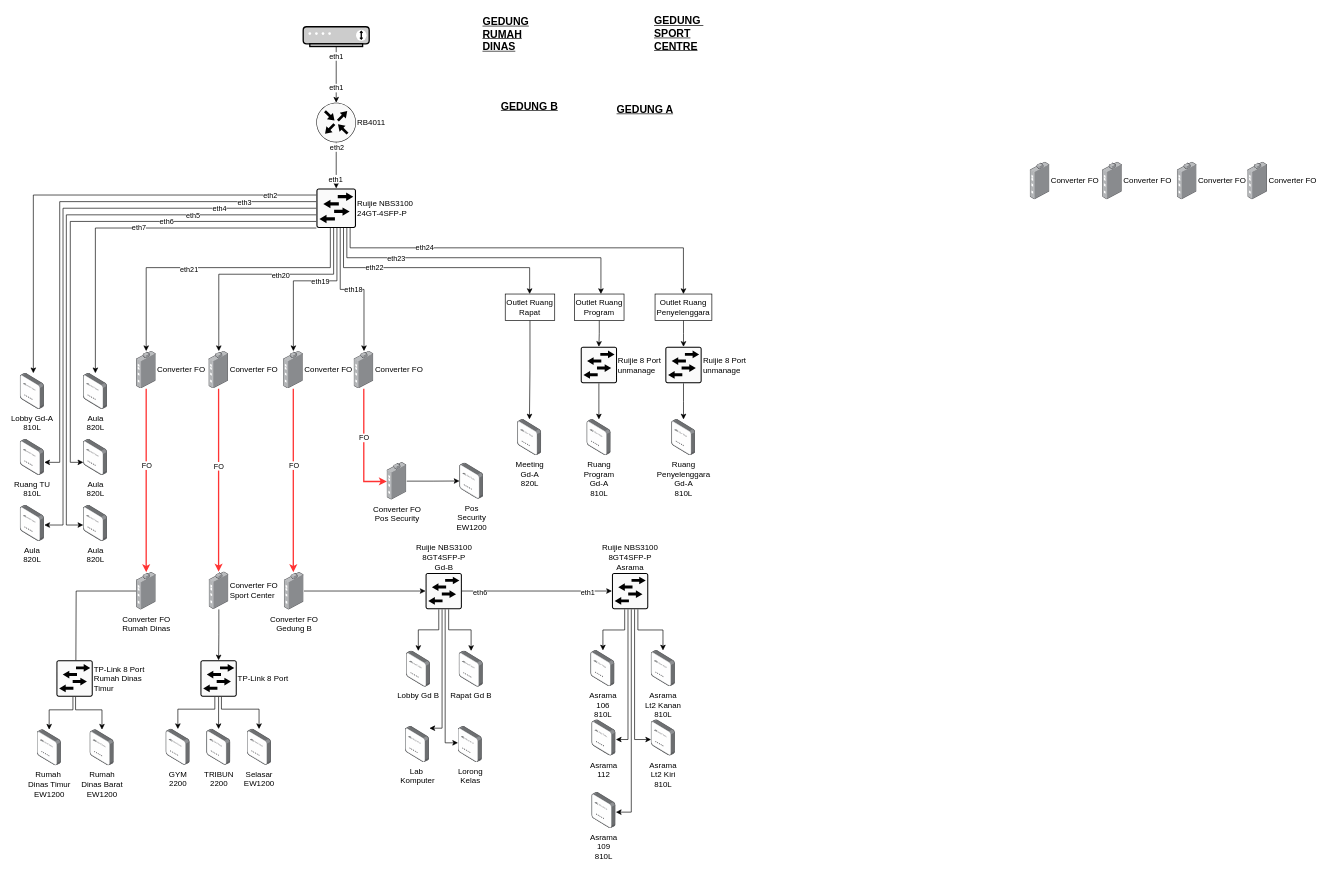
Earlier version of the draw.io diagram Topologi Kemenkumham.drawio (hnkzf/topologi-site). Source tidied: cells renumbered, new cells numbered last; positions are measured from the earlier drawing's top-left corner, leaving out a move shared by most shapes. Both pictures are drawn from the tidied source at 66%, with x=0, y=0 at pixel (20, 11).
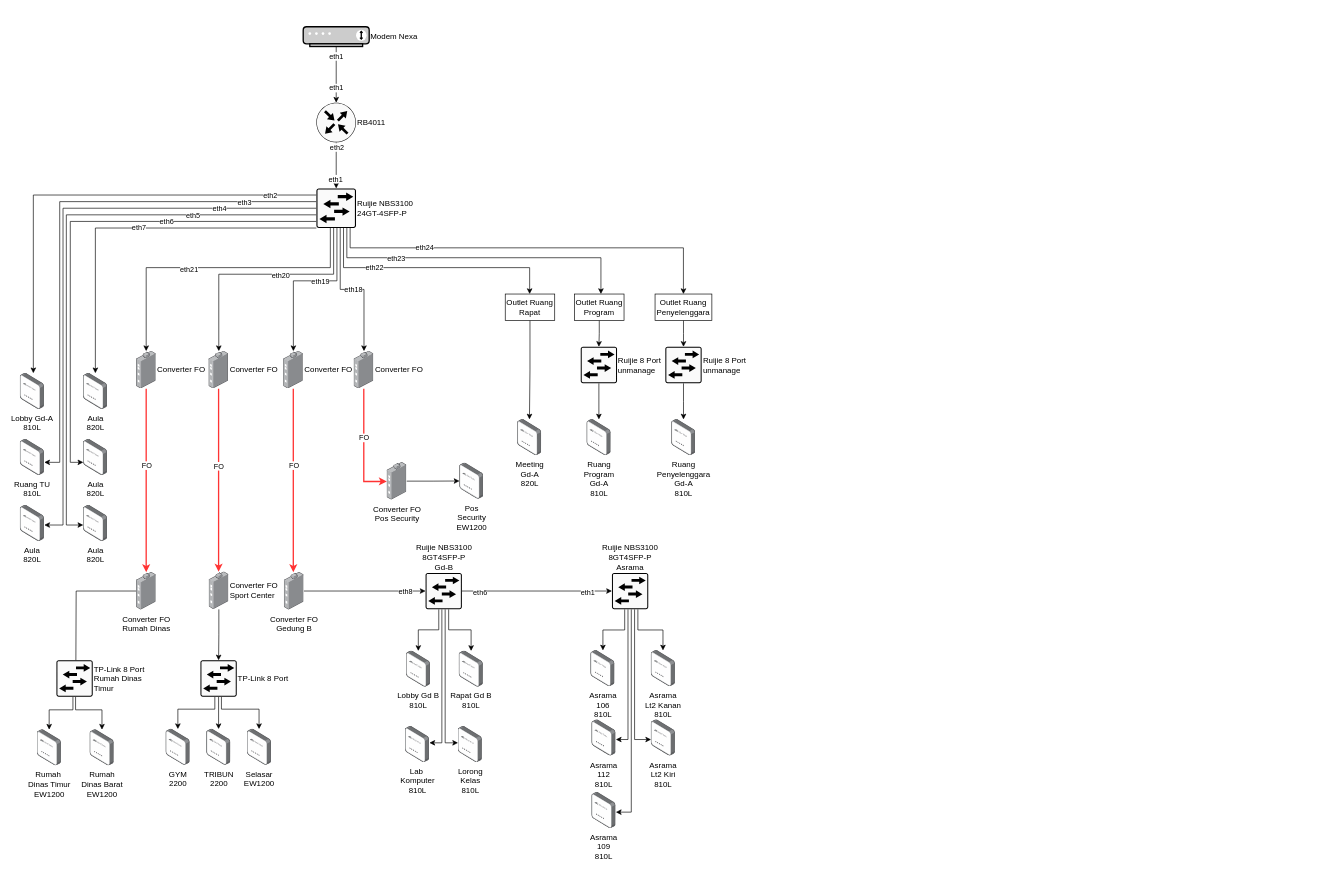
Above is the later version.

Unchanged cells that the change refers to:
```xml
<mxCell id="70" style="edgeStyle=orthogonalEdgeStyle;rounded=0;jettySize=auto;html=1;" parent="1" edge="1" source="71" target="117">
  <mxGeometry relative="1" as="geometry" />
</mxCell>
<mxCell id="117" value="Ruijie NBS3100&lt;div&gt;8GT4SFP-P&lt;/div&gt;&lt;div&gt;Gd-B&lt;/div&gt;" style="sketch=0;points=[[0.015,0.015,0],[0.985,0.015,0],[0.985,0.985,0],[0.015,0.985,0],[0.25,0,0],[0.5,0,0],[0.75,0,0],[1,0.25,0],[1,0.5,0],[1,0.75,0],[0.75,1,0],[0.5,1,0],[0.25,1,0],[0,0.75,0],[0,0.5,0],[0,0.25,0]];verticalLabelPosition=top;html=1;verticalAlign=bottom;align=center;shape=mxgraph.cisco19.rect;prIcon=l2_switch;fillColor=#FAFAFA;strokeColor=none;strokeWidth=0.5;labelPosition=center;" parent="1" vertex="1">
  <mxGeometry x="614.3" y="850.5" width="55" height="55" as="geometry" />
</mxCell>
```

Diff of the diagram source:
```diff
@@
-    <mxCell id="37" value="Asrama&lt;div&gt;112&lt;/div&gt;" style="image;points=[];html=1;align=center;shadow=0;dashed=0;image=img/lib/allied_telesis/wireless/Access_Point_Indoor.svg;labelBackgroundColor=none;" parent="1" vertex="1">
+    <mxCell id="37" value="Asrama&lt;div&gt;112&lt;/div&gt;&lt;div&gt;810L&lt;/div&gt;" style="image;points=[];html=1;align=center;shadow=0;dashed=0;image=img/lib/allied_telesis/wireless/Access_Point_Indoor.svg;labelBackgroundColor=none;" parent="1" vertex="1">
       <mxGeometry x="866" y="1073" width="36.6" height="54.6" as="geometry" />
     </mxCell>
@@
     <mxCell id="42" style="edgeStyle=orthogonalEdgeStyle;rounded=0;jettySize=auto;html=1;" parent="1" edge="1" source="117" target="45">
       <mxGeometry relative="1" as="geometry">
         <Array as="points">
-          <mxPoint x="639.3" y="1085.8" />
+          <mxPoint x="639" y="1108" />
         </Array>
       </mxGeometry>
     </mxCell>
-    <mxCell id="43" value="Rapat Gd B" style="image;points=[];html=1;align=center;shadow=0;dashed=0;image=img/lib/allied_telesis/wireless/Access_Point_Indoor.svg;labelBackgroundColor=none;" parent="1" vertex="1">
+    <mxCell id="43" value="Rapat Gd B&lt;div&gt;810L&lt;/div&gt;" style="image;points=[];html=1;align=center;shadow=0;dashed=0;image=img/lib/allied_telesis/wireless/Access_Point_Indoor.svg;labelBackgroundColor=none;" parent="1" vertex="1">
       <mxGeometry x="665" y="968.8" width="36.6" height="54.6" as="geometry" />
     </mxCell>
-    <mxCell id="44" value="Lorong&lt;div&gt;Kelas&lt;/div&gt;" style="image;points=[];html=1;align=center;shadow=0;dashed=0;image=img/lib/allied_telesis/wireless/Access_Point_Indoor.svg;labelBackgroundColor=none;" parent="1" vertex="1">
+    <mxCell id="44" value="Lorong&lt;div&gt;Kelas&lt;/div&gt;&lt;div&gt;810L&lt;/div&gt;" style="image;points=[];html=1;align=center;shadow=0;dashed=0;image=img/lib/allied_telesis/wireless/Access_Point_Indoor.svg;labelBackgroundColor=none;" parent="1" vertex="1">
       <mxGeometry x="663.5" y="1083" width="36.6" height="54.6" as="geometry" />
     </mxCell>
-    <mxCell id="45" value="Lab&amp;nbsp;&lt;div&gt;Komputer&lt;/div&gt;" style="image;points=[];html=1;align=center;shadow=0;dashed=0;image=img/lib/allied_telesis/wireless/Access_Point_Indoor.svg;labelBackgroundColor=none;" parent="1" vertex="1">
+    <mxCell id="45" value="Lab&amp;nbsp;&lt;div&gt;Komputer&lt;/div&gt;&lt;div&gt;810L&lt;/div&gt;" style="image;points=[];html=1;align=center;shadow=0;dashed=0;image=img/lib/allied_telesis/wireless/Access_Point_Indoor.svg;labelBackgroundColor=none;" parent="1" vertex="1">
       <mxGeometry x="583.5" y="1083" width="36.6" height="54.6" as="geometry" />
     </mxCell>
-    <mxCell id="46" value="&lt;div&gt;&lt;span style=&quot;color: light-dark(rgb(0, 0, 0), rgb(255, 255, 255));&quot;&gt;Lobby Gd B&lt;/span&gt;&lt;/div&gt;" style="image;points=[];html=1;align=center;shadow=0;dashed=0;image=img/lib/allied_telesis/wireless/Access_Point_Indoor.svg;labelBackgroundColor=none;" parent="1" vertex="1">
+    <mxCell id="46" value="&lt;div&gt;&lt;span style=&quot;color: light-dark(rgb(0, 0, 0), rgb(255, 255, 255));&quot;&gt;Lobby Gd B&lt;/span&gt;&lt;/div&gt;&lt;div&gt;&lt;span style=&quot;color: light-dark(rgb(0, 0, 0), rgb(255, 255, 255));&quot;&gt;810L&lt;/span&gt;&lt;/div&gt;" style="image;points=[];html=1;align=center;shadow=0;dashed=0;image=img/lib/allied_telesis/wireless/Access_Point_Indoor.svg;labelBackgroundColor=none;" parent="1" vertex="1">
       <mxGeometry x="585" y="968.8" width="36.6" height="54.6" as="geometry" />
     </mxCell>
@@
+    <mxCell id="120" value="eth8" style="edgeLabel;html=1;align=center;verticalAlign=middle;" parent="70" vertex="1">
+      <mxGeometry x="0.66" relative="1" as="geometry" />
+    </mxCell>
@@
-    <mxCell id="72" value="GEDUNG A" style="text;html=1;whiteSpace=wrap;strokeColor=none;fillColor=none;align=center;verticalAlign=middle;rounded=0;fontStyle=5;fontSize=16;" parent="1" vertex="1">
-      <mxGeometry x="891.8" y="133" width="110" height="30" as="geometry" />
-    </mxCell>
-    <mxCell id="73" value="GEDUNG&lt;div&gt;RUMAH&lt;/div&gt;&lt;div&gt;DINAS&lt;/div&gt;" style="text;html=1;whiteSpace=wrap;strokeColor=none;fillColor=none;align=left;verticalAlign=middle;rounded=0;fontStyle=5;fontSize=16;" parent="1" vertex="1">
-      <mxGeometry x="699.3" y="-0.5" width="110" height="68.5" as="geometry" />
-    </mxCell>
-    <mxCell id="74" value="GEDUNG B" style="text;html=1;whiteSpace=wrap;strokeColor=none;fillColor=none;align=center;verticalAlign=middle;rounded=0;fontStyle=5;fontSize=16;" parent="1" vertex="1">
-      <mxGeometry x="716.7" y="128" width="110" height="30" as="geometry" />
-    </mxCell>
-    <mxCell id="75" value="GEDUNG&amp;nbsp;&lt;div&gt;SPORT&lt;/div&gt;&lt;div&gt;CENTRE&lt;/div&gt;" style="text;html=1;whiteSpace=wrap;strokeColor=none;fillColor=none;align=left;verticalAlign=middle;rounded=0;fontStyle=5;fontSize=16;" parent="1" vertex="1">
-      <mxGeometry x="959.3" y="8" width="110" height="50" as="geometry" />
-    </mxCell>
@@
-    <mxCell id="105" style="fontColor=#0066CC;verticalAlign=top;verticalLabelPosition=bottom;labelPosition=center;align=center;html=1;outlineConnect=0;fillColor=#CCCCCC;strokeColor=default;gradientColor=none;gradientDirection=north;strokeWidth=2;shape=mxgraph.networks.modem;" parent="1" vertex="1">
+    <mxCell id="105" value="Modem Nexa" style="fontColor=#000000;verticalAlign=middle;verticalLabelPosition=middle;labelPosition=right;align=left;html=1;outlineConnect=0;fillColor=#CCCCCC;strokeColor=default;gradientColor=none;gradientDirection=north;strokeWidth=2;shape=mxgraph.networks.modem;" parent="1" vertex="1">
       <mxGeometry x="428.9" y="23" width="100" height="30" as="geometry" />
     </mxCell>
-    <mxCell id="106" value="Converter FO" style="image;html=1;align=left;shadow=0;dashed=0;image=img/lib/allied_telesis/media_converters/Industrial_Media_Converter.svg;labelPosition=right;verticalLabelPosition=middle;verticalAlign=middle;" parent="1" vertex="1">
-      <mxGeometry x="1530.1" y="228" width="30" height="57" as="geometry" />
-    </mxCell>
-    <mxCell id="107" value="Converter FO" style="image;html=1;align=left;shadow=0;dashed=0;image=img/lib/allied_telesis/media_converters/Industrial_Media_Converter.svg;labelPosition=right;verticalLabelPosition=middle;verticalAlign=middle;" parent="1" vertex="1">
-      <mxGeometry x="1639.8" y="228" width="30" height="57" as="geometry" />
-    </mxCell>
-    <mxCell id="108" value="Converter FO" style="image;html=1;align=left;shadow=0;dashed=0;image=img/lib/allied_telesis/media_converters/Industrial_Media_Converter.svg;labelPosition=right;verticalLabelPosition=middle;verticalAlign=middle;" parent="1" vertex="1">
-      <mxGeometry x="1753" y="228" width="30" height="57" as="geometry" />
-    </mxCell>
-    <mxCell id="109" value="Converter FO" style="image;html=1;align=left;shadow=0;dashed=0;image=img/lib/allied_telesis/media_converters/Industrial_Media_Converter.svg;labelPosition=right;verticalLabelPosition=middle;verticalAlign=middle;" parent="1" vertex="1">
-      <mxGeometry x="1859.8" y="228" width="30" height="57" as="geometry" />
-    </mxCell>
```
